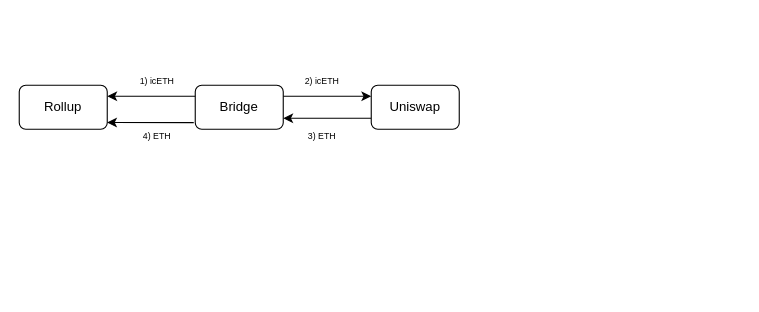
tajobin/Diagrams keeps this draw.io diagram as page "Sell/Buy" (4 of 4) of Issue icETH.drawio. Above is the earlier version. Source tidied: cells renumbered, new cells numbered last; positions are measured from the earlier drawing's top-left corner, leaving out a move shared by most shapes. Both pictures are drawn from the tidied source at 110%, with x=0, y=0 at pixel (19, 63).
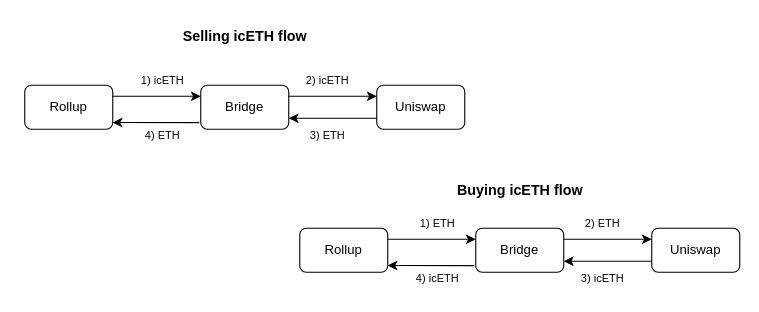
The same page after the edit.

The edit, as a diff of the source:
```diff
@@
     <mxCell id="2" value="Bridge" style="rounded=1;whiteSpace=wrap;html=1;" parent="1" vertex="1">
-      <mxGeometry x="160" y="20" width="80" height="40" as="geometry" />
+      <mxGeometry x="165" y="20" width="80" height="40" as="geometry" />
     </mxCell>
     <mxCell id="3" value="Rollup" style="rounded=1;whiteSpace=wrap;html=1;" parent="1" vertex="1">
-      <mxGeometry y="20" width="80" height="40" as="geometry" />
+      <mxGeometry x="5" y="20" width="80" height="40" as="geometry" />
     </mxCell>
     <mxCell id="4" style="endArrow=classic;html=1;rounded=0;exitX=1;exitY=0.25;exitDx=0;exitDy=0;entryX=0;entryY=0.25;entryDx=0;entryDy=0;" parent="1" edge="1">
       <mxGeometry relative="1" as="geometry">
-        <mxPoint x="240" y="30" as="sourcePoint" />
-        <mxPoint x="320" y="30" as="targetPoint" />
+        <mxPoint x="245" y="30" as="sourcePoint" />
+        <mxPoint x="325" y="30" as="targetPoint" />
       </mxGeometry>
     </mxCell>
     <mxCell id="5" style="endArrow=classic;html=1;rounded=0;fontSize=8;entryX=1;entryY=0.75;entryDx=0;entryDy=0;exitX=0;exitY=0.75;exitDx=0;exitDy=0;" parent="1" edge="1" target="2">
       <mxGeometry relative="1" as="geometry">
-        <mxPoint x="320" y="50" as="sourcePoint" />
+        <mxPoint x="325" y="50" as="sourcePoint" />
       </mxGeometry>
     </mxCell>
-    <mxCell id="6" style="endArrow=classic;html=1;rounded=0;fontSize=8;entryX=1;entryY=0.25;entryDx=0;entryDy=0;exitX=0;exitY=0.25;exitDx=0;exitDy=0;" parent="1" edge="1" source="2" target="3">
+    <mxCell id="6" style="endArrow=classic;html=1;rounded=0;fontSize=8;entryX=0;entryY=0.25;entryDx=0;entryDy=0;exitX=1;exitY=0.25;exitDx=0;exitDy=0;" parent="1" edge="1" source="3" target="2">
       <mxGeometry relative="1" as="geometry">
         <Array as="points">
-          <mxPoint x="120" y="30" />
+          <mxPoint x="125" y="30" />
         </Array>
       </mxGeometry>
     </mxCell>
@@
-    <mxCell id="9" value="&lt;font style=&quot;font-size: 8px;&quot;&gt;1) icETH&lt;/font&gt;" style="text;html=1;align=center;verticalAlign=middle;strokeColor=none;fillColor=none;rotation=0;" parent="1" vertex="1">
-      <mxGeometry x="100" width="50" height="30" as="geometry" />
+    <mxCell id="9" value="&lt;font style=&quot;font-size: 10px;&quot;&gt;1) icETH&lt;/font&gt;" style="text;html=1;align=center;verticalAlign=middle;strokeColor=none;fillColor=none;rotation=0;fontSize=10;" parent="1" vertex="1">
+      <mxGeometry x="100" width="60" height="30" as="geometry" />
     </mxCell>
     <mxCell id="10" value="Uniswap" style="rounded=1;whiteSpace=wrap;html=1;" parent="1" vertex="1">
-      <mxGeometry x="320" y="20" width="80" height="40" as="geometry" />
+      <mxGeometry x="325" y="20" width="80" height="40" as="geometry" />
     </mxCell>
-    <mxCell id="11" value="&lt;font style=&quot;font-size: 8px;&quot;&gt;2) icETH&lt;/font&gt;" style="text;html=1;align=center;verticalAlign=middle;strokeColor=none;fillColor=none;rotation=0;" parent="1" vertex="1">
-      <mxGeometry x="250" width="50" height="30" as="geometry" />
+    <mxCell id="11" value="&lt;font style=&quot;font-size: 10px;&quot;&gt;2) icETH&lt;/font&gt;" style="text;html=1;align=center;verticalAlign=middle;strokeColor=none;fillColor=none;rotation=0;fontSize=10;" parent="1" vertex="1">
+      <mxGeometry x="250" width="60" height="30" as="geometry" />
     </mxCell>
-    <mxCell id="12" value="&lt;font style=&quot;font-size: 8px;&quot;&gt;3) ETH&lt;/font&gt;" style="text;html=1;align=center;verticalAlign=middle;strokeColor=none;fillColor=none;rotation=0;" parent="1" vertex="1">
-      <mxGeometry x="250" y="50" width="50" height="30" as="geometry" />
+    <mxCell id="12" value="&lt;font style=&quot;font-size: 10px;&quot;&gt;3) ETH&lt;/font&gt;" style="text;html=1;align=center;verticalAlign=middle;strokeColor=none;fillColor=none;rotation=0;fontSize=10;" parent="1" vertex="1">
+      <mxGeometry x="250" y="50" width="60" height="30" as="geometry" />
     </mxCell>
-    <mxCell id="13" value="&lt;font style=&quot;font-size: 8px;&quot;&gt;4) ETH&lt;/font&gt;" style="text;html=1;align=center;verticalAlign=middle;strokeColor=none;fillColor=none;rotation=0;" parent="1" vertex="1">
-      <mxGeometry x="100" y="50" width="50" height="30" as="geometry" />
+    <mxCell id="13" value="&lt;font style=&quot;font-size: 10px;&quot;&gt;4) ETH&lt;/font&gt;" style="text;html=1;align=center;verticalAlign=middle;strokeColor=none;fillColor=none;rotation=0;fontSize=10;" parent="1" vertex="1">
+      <mxGeometry x="100" y="50" width="60" height="30" as="geometry" />
     </mxCell>
+    <mxCell id="14" value="Bridge" style="rounded=1;whiteSpace=wrap;html=1;" parent="1" vertex="1">
+      <mxGeometry x="415" y="150" width="80" height="40" as="geometry" />
+    </mxCell>
+    <mxCell id="15" value="Rollup" style="rounded=1;whiteSpace=wrap;html=1;" parent="1" vertex="1">
+      <mxGeometry x="255" y="150" width="80" height="40" as="geometry" />
+    </mxCell>
+    <mxCell id="16" style="endArrow=classic;html=1;rounded=0;exitX=1;exitY=0.25;exitDx=0;exitDy=0;entryX=0;entryY=0.25;entryDx=0;entryDy=0;" parent="1" edge="1">
+      <mxGeometry relative="1" as="geometry">
+        <mxPoint x="495" y="160" as="sourcePoint" />
+        <mxPoint x="575" y="160" as="targetPoint" />
+      </mxGeometry>
+    </mxCell>
+    <mxCell id="17" style="endArrow=classic;html=1;rounded=0;fontSize=8;entryX=1;entryY=0.75;entryDx=0;entryDy=0;exitX=0;exitY=0.75;exitDx=0;exitDy=0;" parent="1" edge="1" target="14">
+      <mxGeometry relative="1" as="geometry">
+        <mxPoint x="575" y="180" as="sourcePoint" />
+      </mxGeometry>
+    </mxCell>
+    <mxCell id="18" style="endArrow=classic;html=1;rounded=0;fontSize=8;entryX=0;entryY=0.25;entryDx=0;entryDy=0;exitX=1;exitY=0.25;exitDx=0;exitDy=0;" parent="1" edge="1" source="15" target="14">
+      <mxGeometry relative="1" as="geometry">
+        <Array as="points">
+          <mxPoint x="375" y="160" />
+        </Array>
+      </mxGeometry>
+    </mxCell>
+    <mxCell id="19" style="edgeStyle=orthogonalEdgeStyle;rounded=0;orthogonalLoop=1;jettySize=auto;html=1;exitX=0.5;exitY=1;exitDx=0;exitDy=0;" parent="1" edge="1" source="15" target="15">
+      <mxGeometry relative="1" as="geometry" />
+    </mxCell>
+    <mxCell id="20" style="endArrow=classic;html=1;rounded=0;exitX=-0.017;exitY=0.85;exitDx=0;exitDy=0;entryX=0.998;entryY=0.847;entryDx=0;entryDy=0;entryPerimeter=0;exitPerimeter=0;" parent="1" edge="1" source="14" target="15">
+      <mxGeometry relative="1" as="geometry" />
+    </mxCell>
+    <mxCell id="21" value="&lt;font style=&quot;font-size: 10px;&quot;&gt;1) ETH&lt;/font&gt;" style="text;html=1;align=center;verticalAlign=middle;strokeColor=none;fillColor=none;rotation=0;fontSize=10;" parent="1" vertex="1">
+      <mxGeometry x="350" y="130" width="60" height="30" as="geometry" />
+    </mxCell>
+    <mxCell id="22" value="Uniswap" style="rounded=1;whiteSpace=wrap;html=1;" parent="1" vertex="1">
+      <mxGeometry x="575" y="150" width="80" height="40" as="geometry" />
+    </mxCell>
+    <mxCell id="23" value="&lt;font style=&quot;font-size: 10px;&quot;&gt;2) ETH&lt;/font&gt;" style="text;html=1;align=center;verticalAlign=middle;strokeColor=none;fillColor=none;rotation=0;fontSize=10;" parent="1" vertex="1">
+      <mxGeometry x="500" y="130" width="60" height="30" as="geometry" />
+    </mxCell>
+    <mxCell id="24" value="&lt;font style=&quot;font-size: 10px;&quot;&gt;3) icETH&lt;/font&gt;" style="text;html=1;align=center;verticalAlign=middle;strokeColor=none;fillColor=none;rotation=0;fontSize=10;" parent="1" vertex="1">
+      <mxGeometry x="500" y="180" width="60" height="30" as="geometry" />
+    </mxCell>
+    <mxCell id="25" value="&lt;font style=&quot;font-size: 10px;&quot;&gt;4) icETH&lt;/font&gt;" style="text;html=1;align=center;verticalAlign=middle;strokeColor=none;fillColor=none;rotation=0;fontSize=10;" parent="1" vertex="1">
+      <mxGeometry x="350" y="180" width="60" height="30" as="geometry" />
+    </mxCell>
+    <mxCell id="26" value="Selling icETH flow" style="text;html=1;align=center;verticalAlign=middle;strokeColor=none;fillColor=none;fontSize=13;fontStyle=1;" parent="1" vertex="1">
+      <mxGeometry x="135" y="-40" width="140" height="30" as="geometry" />
+    </mxCell>
+    <mxCell id="27" value="&lt;font style=&quot;font-size: 13px;&quot;&gt;Buying icETH flow&lt;/font&gt;" style="text;html=1;align=center;verticalAlign=middle;strokeColor=none;fillColor=none;fontSize=13;fontStyle=1;" parent="1" vertex="1">
+      <mxGeometry x="385" y="100" width="140" height="30" as="geometry" />
+    </mxCell>
```
